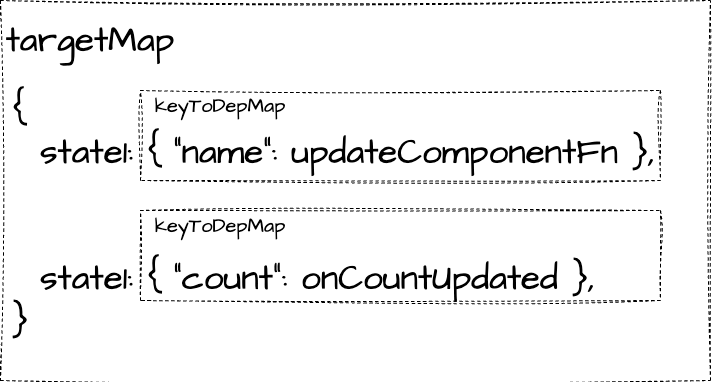
Above: book/images/target_map.drawio.png in ubugeeei/chibivue (draw.io), before the change. Source tidied: cells renumbered, new cells last; positions are measured from the earlier drawing's top-left corner, leaving out a move shared by most shapes.
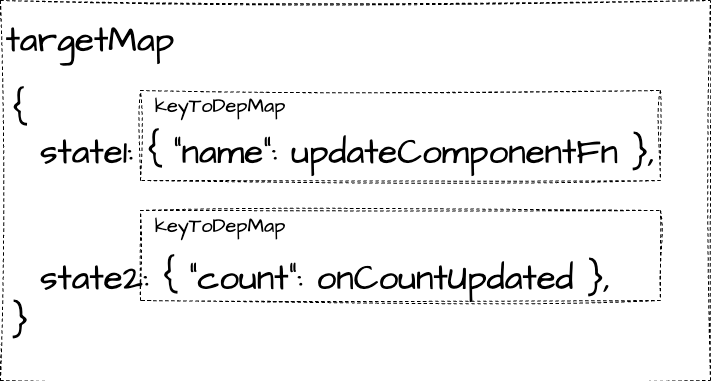
The same diagram one commit later.

Commit message:
chore: phrasing (10-minimum-example/030-prerequisite-knowledge-for-the-reactivity-system) (#415)

Diff of the diagram source:
```diff
@@ -8,7 +8,7 @@
     <mxCell id="3" value="targetMap" style="text;html=1;strokeColor=none;fillColor=none;align=center;verticalAlign=middle;whiteSpace=wrap;rounded=0;dashed=1;sketch=1;hachureGap=4;jiggle=2;curveFitting=1;fontFamily=Architects Daughter;fontSource=https%3A%2F%2Ffonts.googleapis.com%2Fcss%3Ffamily%3DArchitects%2BDaughter;fontSize=35;" parent="2" vertex="1">
       <mxGeometry width="180" height="80" as="geometry" />
     </mxCell>
-    <mxCell id="4" value="&lt;font style=&quot;font-size: 35px;&quot;&gt;{&lt;br&gt;&amp;nbsp; state1: { &quot;name&quot;: updateComponentFn },&lt;br&gt;&lt;br&gt;&lt;br&gt;&amp;nbsp; state1: { &quot;count&quot;: onCountUpdated },&lt;br&gt;}&lt;/font&gt;" style="text;html=1;strokeColor=none;fillColor=none;align=left;verticalAlign=middle;whiteSpace=wrap;rounded=0;sketch=1;hachureGap=4;jiggle=2;curveFitting=1;fontFamily=Architects Daughter;fontSource=https%3A%2F%2Ffonts.googleapis.com%2Fcss%3Ffamily%3DArchitects%2BDaughter;fontSize=20;" parent="2" vertex="1">
+    <mxCell id="4" value="&lt;font style=&quot;font-size: 35px;&quot;&gt;{&lt;br&gt;&amp;nbsp; state1: { &quot;name&quot;: updateComponentFn },&lt;br&gt;&lt;br&gt;&lt;br&gt;&amp;nbsp; state2: { &quot;count&quot;: onCountUpdated },&lt;br&gt;}&lt;/font&gt;" style="text;html=1;strokeColor=none;fillColor=none;align=left;verticalAlign=middle;whiteSpace=wrap;rounded=0;sketch=1;hachureGap=4;jiggle=2;curveFitting=1;fontFamily=Architects Daughter;fontSource=https%3A%2F%2Ffonts.googleapis.com%2Fcss%3Ffamily%3DArchitects%2BDaughter;fontSize=20;" parent="2" vertex="1">
       <mxGeometry x="10" y="60" width="690" height="310" as="geometry" />
     </mxCell>
     <mxCell id="5" style="rounded=0;whiteSpace=wrap;html=1;sketch=1;hachureGap=4;jiggle=2;curveFitting=1;fontFamily=Architects Daughter;fontSource=https%3A%2F%2Ffonts.googleapis.com%2Fcss%3Ffamily%3DArchitects%2BDaughter;fontSize=20;fillColor=none;dashed=1;" parent="2" vertex="1">
```
